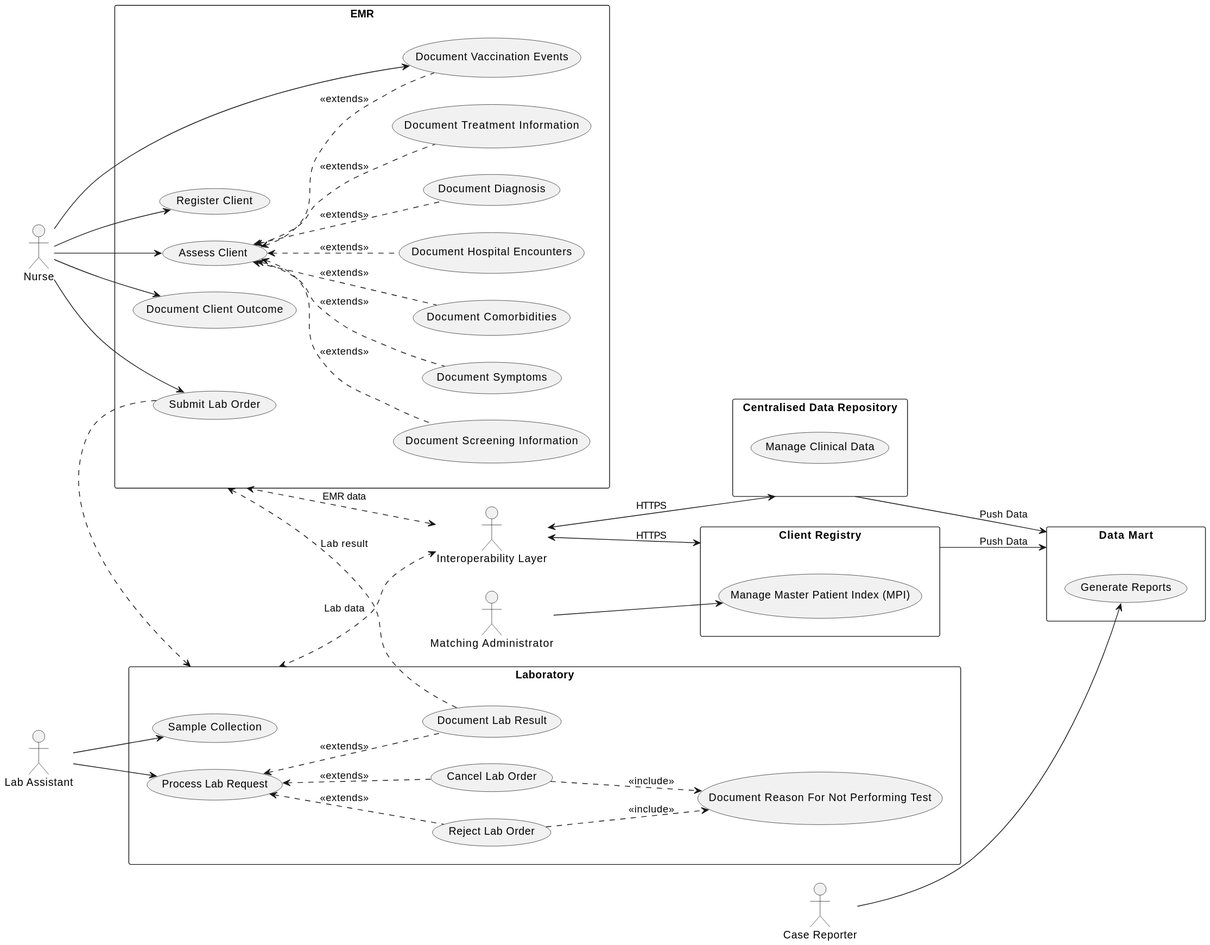
Above: input/includes/UseCaseDiagram.svg in openhie/HIV-CBS (PlantUML), before the change. Its diagram source:
```plantuml
@startuml UseCaseDiagram
left to right direction
actor "Nurse" as nurse
rectangle EMR {
  usecase "Register Client" as UC1
  usecase "Assess Client" as UC2
  usecase "Document Screening Information" as UC3
  usecase "Document Symptoms" as UC4
  usecase "Document Comorbidities" as UC5
  usecase "Document Hospital Encounters" as UC6
  usecase "Document Diagnosis" as UC8
  usecase "Document Treatment Information" as UC9
  usecase "Document Client Outcome" as UC10
  usecase "Submit Lab Order" as UC11
  usecase "Document Vaccination Events" as UC12

}

nurse --> UC1
nurse --> UC2
nurse --> UC10
nurse --> UC11
nurse --> UC12

(UC2) <.. (UC3) : "<<extends>>"
(UC2) <.. (UC4) : "<<extends>>"
(UC2) <.. (UC5) : "<<extends>>"
(UC2) <.. (UC6) : "<<extends>>"
(UC2) <.. (UC12) : "<<extends>>"
(UC2) <.. (UC8) : "<<extends>>"
(UC2) <.. (UC9) : "<<extends>>"

actor "Lab Assistant" as labAssistant
rectangle Laboratory {
  usecase "Sample Collection" as UC14
  usecase "Process Lab Request" as UC15
  usecase "Document Lab Result" as UC16
  usecase "Reject Lab Order" as UC17
  usecase "Cancel Lab Order" as UC18
  usecase "Document Reason For Not Performing Test" as UC19
}

labAssistant --> UC14
labAssistant --> UC15


(UC15) <.. (UC16) : "<<extends>>"
(UC15) <.. (UC17) : "<<extends>>"
(UC15) <.. (UC18) : "<<extends>>"

(UC18) ..> (UC19) : "<<include>>"
(UC17) ..> (UC19) : "<<include>>"

(UC11) ..> Laboratory

(UC16) ..> EMR : "Lab result"

actor "Interoperability Layer" as iol
rectangle "Centralised Data Repository" as cdr {
  usecase "Manage Clinical Data" as UC20
}

iol <--> cdr : "HTTPS"

EMR <..> iol : "EMR data"
Laboratory <..> iol : "Lab data"


actor "Matching Administrator" as macthingAdmin
rectangle "Client Registry" as cr {
  usecase "Manage Master Patient Index (MPI)" as UC21
}

macthingAdmin --> UC21

iol <--> cr : "HTTPS"

actor "Case Reporter" as caseReporter
rectangle "Data Mart" as dm {
  usecase "Generate Reports" as UC22
}

caseReporter --> UC22

cdr --> dm : "Push Data"
cr --> dm : "Push Data"

@enduml
```
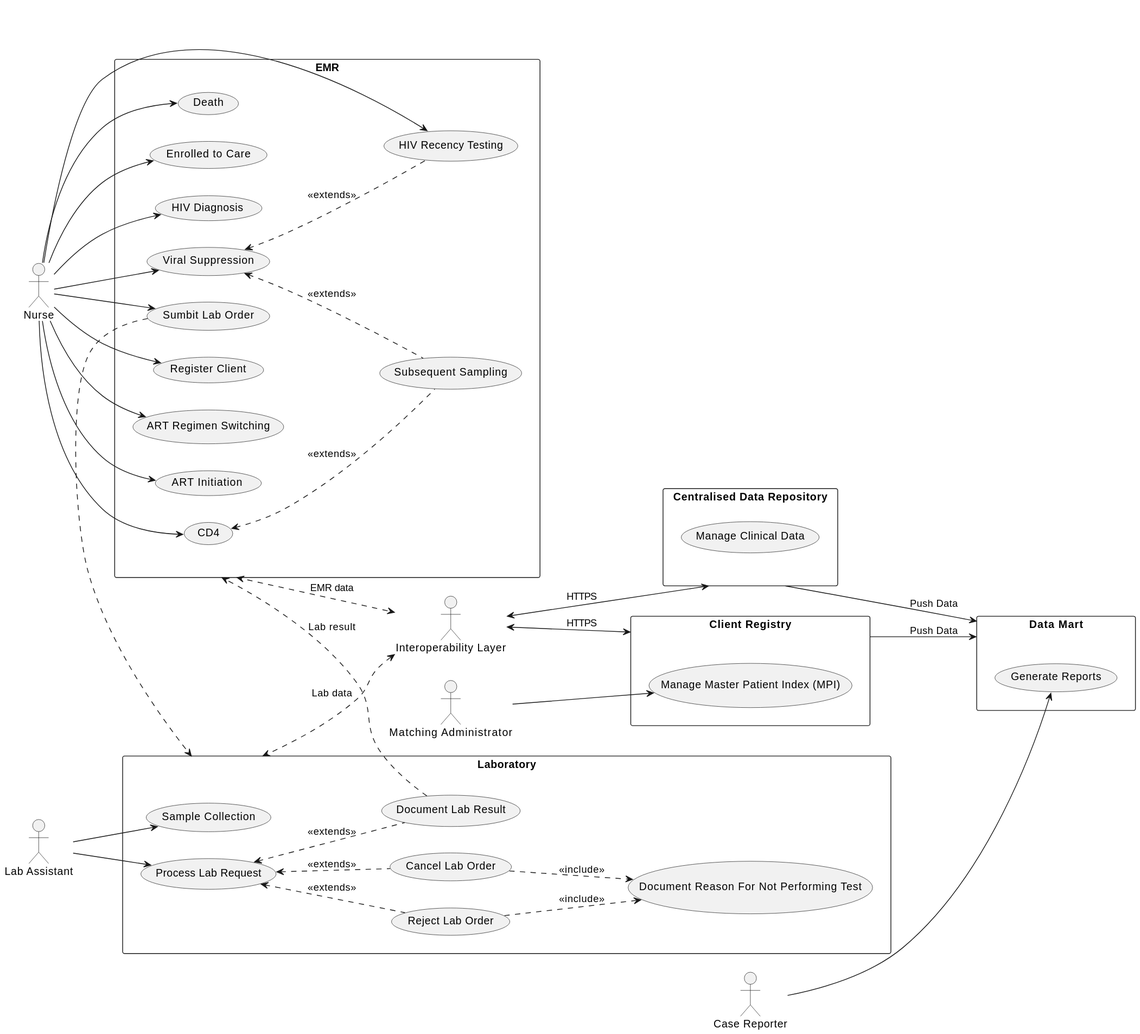
After the change.

Commit message:
Updated use case diagram

Change to the diagram source:
```diff
@@ -3,32 +3,33 @@
 actor "Nurse" as nurse
 rectangle EMR {
   usecase "Register Client" as UC1
-  usecase "Assess Client" as UC2
-  usecase "Document Screening Information" as UC3
-  usecase "Document Symptoms" as UC4
-  usecase "Document Comorbidities" as UC5
-  usecase "Document Hospital Encounters" as UC6
-  usecase "Document Diagnosis" as UC8
-  usecase "Document Treatment Information" as UC9
-  usecase "Document Client Outcome" as UC10
-  usecase "Submit Lab Order" as UC11
-  usecase "Document Vaccination Events" as UC12
-
+  usecase "ART Regimen Switching" as UC2
+  usecase "ART Initiation" as UC3
+  usecase "CD4" as UC4
+  usecase "Death" as UC5
+  usecase "Enrolled to Care" as UC6
+  usecase "HIV Diagnosis" as UC7
+  usecase "Viral Suppression" as UC8
+  usecase "Subsequent Sampling" as UC9
+  usecase "Sumbit Lab Order" as UC10
+  usecase "HIV Recency Testing" as UC11
 }
 
 nurse --> UC1
 nurse --> UC2
+nurse --> UC3
+nurse --> UC4
+nurse --> UC5
+nurse --> UC6
+nurse --> UC7
+nurse --> UC8
 nurse --> UC10
 nurse --> UC11
-nurse --> UC12
 
-(UC2) <.. (UC3) : "<<extends>>"
-(UC2) <.. (UC4) : "<<extends>>"
-(UC2) <.. (UC5) : "<<extends>>"
-(UC2) <.. (UC6) : "<<extends>>"
-(UC2) <.. (UC12) : "<<extends>>"
-(UC2) <.. (UC8) : "<<extends>>"
-(UC2) <.. (UC9) : "<<extends>>"
+(UC4) <.. (UC9) : "<<extends>>"
+(UC8) <.. (UC9) : "<<extends>>"
+(UC8) <.. (UC11) : "<<extends>>"
+
 
 actor "Lab Assistant" as labAssistant
 rectangle Laboratory {
@@ -51,7 +52,7 @@
 (UC18) ..> (UC19) : "<<include>>"
 (UC17) ..> (UC19) : "<<include>>"
 
-(UC11) ..> Laboratory
+(UC10) ..> Laboratory
 
 (UC16) ..> EMR : "Lab result"
 
```
